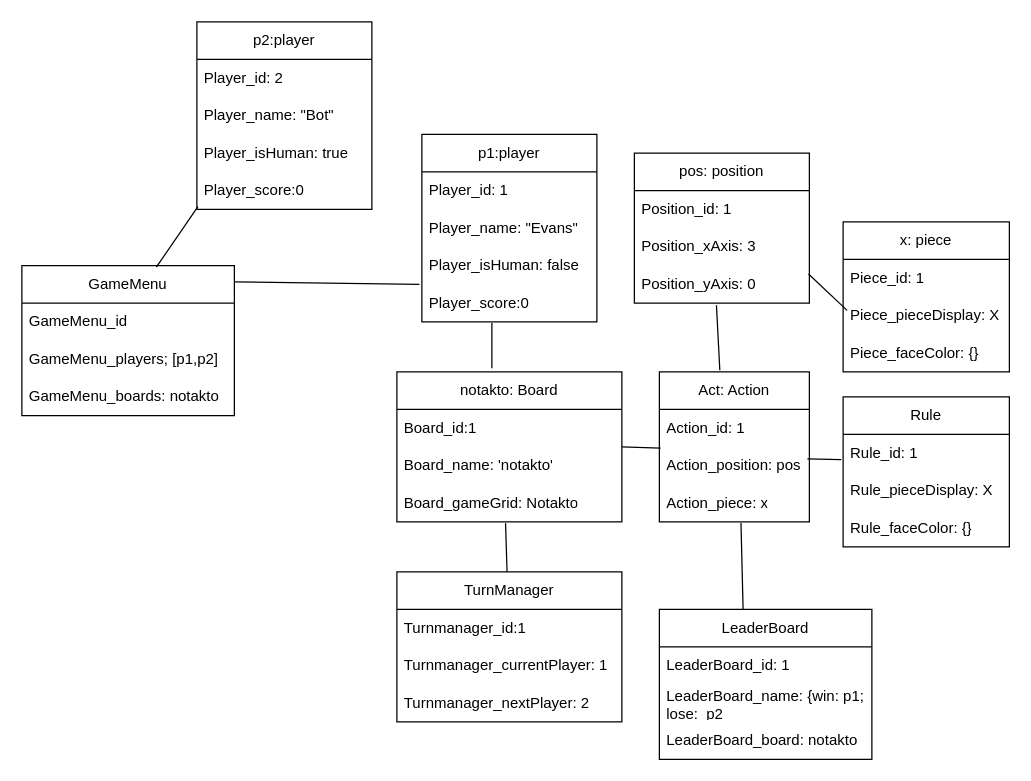
This is object dgm.drawio from Scott2020747/IFN563_Project, a draw.io file, before an edit. Source tidied: cells renumbered, new cells numbered last; positions are measured from the earlier drawing's top-left corner, leaving out a move shared by most shapes. Both pictures are drawn from the tidied source at 125%, with x=0, y=0 at pixel (21, 21).
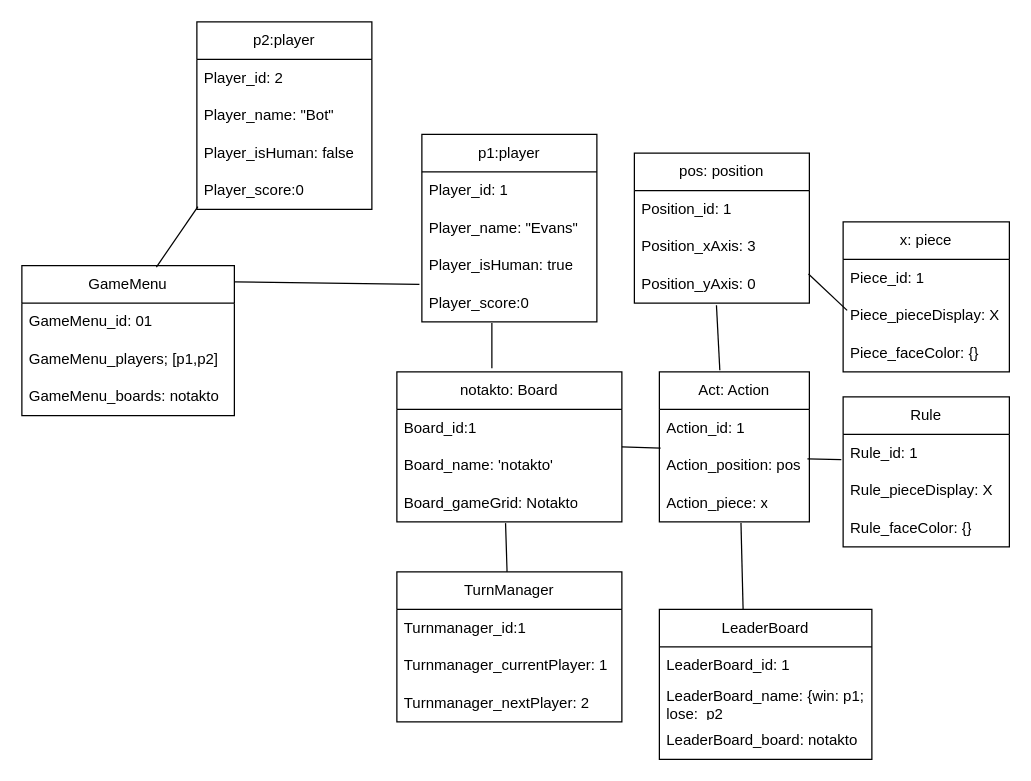
The same diagram, later.

The change refers to these unchanged cells:
```xml
<mxCell id="2" value="GameMenu" style="swimlane;fontStyle=0;horizontal=1;startSize=30;whiteSpace=wrap;html=1;" parent="1" vertex="1">
  <mxGeometry y="195" width="170" height="120" as="geometry" />
</mxCell>
<mxCell id="6" value="p1:player" style="swimlane;fontStyle=0;horizontal=1;startSize=30;whiteSpace=wrap;html=1;" parent="1" vertex="1">
  <mxGeometry x="320" y="90" width="140" height="150" as="geometry" />
</mxCell>
<mxCell id="11" value="p2:player" style="swimlane;fontStyle=0;horizontal=1;startSize=30;whiteSpace=wrap;html=1;" parent="1" vertex="1">
  <mxGeometry x="140" width="140" height="150" as="geometry" />
</mxCell>
```

Diff of the diagram source:
```diff
@@
-    <mxCell id="3" value="GameMenu_id" style="text;strokeColor=none;fillColor=none;align=left;verticalAlign=middle;spacingLeft=4;spacingRight=4;overflow=hidden;whiteSpace=wrap;html=1;" parent="2" vertex="1">
+    <mxCell id="3" value="GameMenu_id: 01" style="text;strokeColor=none;fillColor=none;align=left;verticalAlign=middle;spacingLeft=4;spacingRight=4;overflow=hidden;whiteSpace=wrap;html=1;" parent="2" vertex="1">
       <mxGeometry y="30" width="170" height="30" as="geometry" />
     </mxCell>
@@
-    <mxCell id="9" value="Player_isHuman: false" style="text;strokeColor=none;fillColor=none;align=left;verticalAlign=middle;spacingLeft=4;spacingRight=4;overflow=hidden;whiteSpace=wrap;html=1;" parent="6" vertex="1">
+    <mxCell id="9" value="Player_isHuman: true" style="text;strokeColor=none;fillColor=none;align=left;verticalAlign=middle;spacingLeft=4;spacingRight=4;overflow=hidden;whiteSpace=wrap;html=1;" parent="6" vertex="1">
       <mxGeometry y="90" width="140" height="30" as="geometry" />
     </mxCell>
@@
-    <mxCell id="14" value="Player_isHuman: true" style="text;strokeColor=none;fillColor=none;align=left;verticalAlign=middle;spacingLeft=4;spacingRight=4;overflow=hidden;whiteSpace=wrap;html=1;" parent="11" vertex="1">
+    <mxCell id="14" value="Player_isHuman: false" style="text;strokeColor=none;fillColor=none;align=left;verticalAlign=middle;spacingLeft=4;spacingRight=4;overflow=hidden;whiteSpace=wrap;html=1;" parent="11" vertex="1">
       <mxGeometry y="90" width="140" height="30" as="geometry" />
     </mxCell>
```
